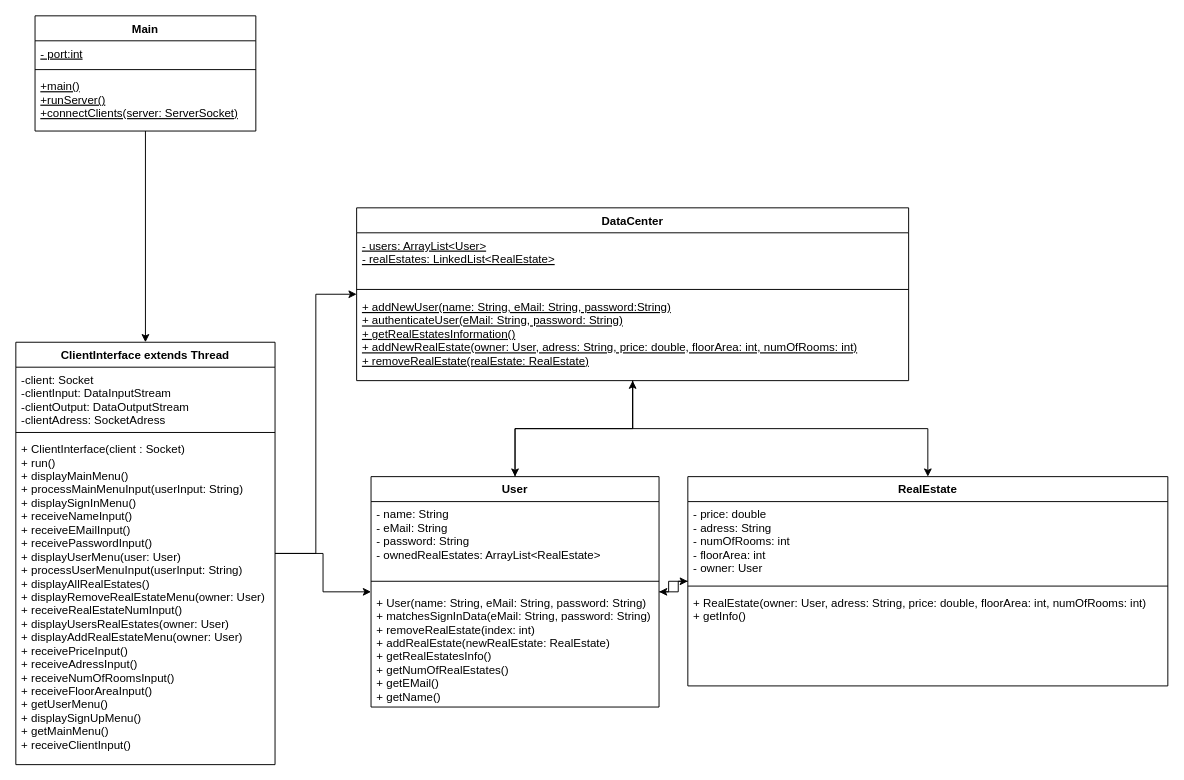
FabioKron/Online-Immobilienportal keeps this draw.io diagram as KlassendiagrammServer.drawio. Above is the earlier version. Source tidied: cells renumbered, new cells numbered last; positions are measured from the earlier drawing's top-left corner, leaving out a move shared by most shapes. Both pictures are drawn from the tidied source at 96%, with x=0, y=0 at pixel (15, 15).
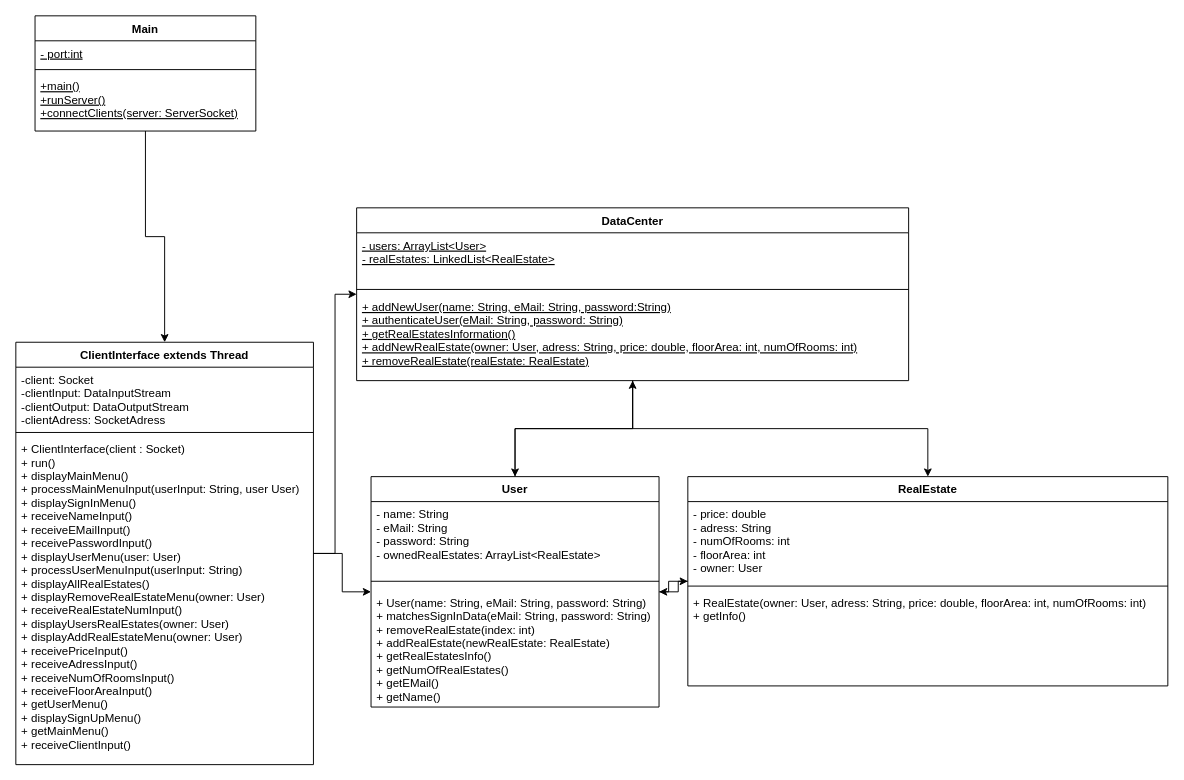
The same page after the edit.

Commit message (it also covers changes not shown here):
Hinzufügen eines fehlenden Parameters in dem Klassendiagramm In der Methode processUserMainMenuInput fehlt der Parameter user Dieser user wird jedoch in der Methode benötigt

What changed in the source:
```diff
@@
     <mxCell id="9" value="ClientInterface extends Thread" style="swimlane;fontStyle=1;align=center;verticalAlign=top;horizontal=1;startSize=26;" parent="1" vertex="1">
-      <mxGeometry y="340" width="270" height="440" as="geometry" />
+      <mxGeometry y="340" width="310" height="440" as="geometry" />
     </mxCell>
     <mxCell id="10" value="-client: Socket&#10;-clientInput: DataInputStream&#10;-clientOutput: DataOutputStream&#10;-clientAdress: SocketAdress&#10;" style="text;strokeColor=none;fillColor=none;align=left;verticalAlign=top;spacingLeft=4;spacingRight=4;overflow=hidden;" parent="9" vertex="1">
-      <mxGeometry y="26" width="270" height="64" as="geometry" />
+      <mxGeometry y="26" width="310" height="64" as="geometry" />
     </mxCell>
     <mxCell id="11" style="line;strokeWidth=1;fillColor=none;align=left;verticalAlign=middle;spacingTop=-1;spacingLeft=3;spacingRight=3;labelPosition=right;" parent="9" vertex="1">
-      <mxGeometry y="90" width="270" height="8" as="geometry" />
+      <mxGeometry y="90" width="310" height="8" as="geometry" />
     </mxCell>
-    <mxCell id="12" value="+ ClientInterface(client : Socket)&#10;+ run()&#10;+ displayMainMenu()&#10;+ processMainMenuInput(userInput: String)&#10;+ displaySignInMenu()&#10;+ receiveNameInput()&#10;+ receiveEMailInput()&#10;+ receivePasswordInput()&#10;+ displayUserMenu(user: User)&#10;+ processUserMenuInput(userInput: String)&#10;+ displayAllRealEstates()&#10;+ displayRemoveRealEstateMenu(owner: User)&#10;+ receiveRealEstateNumInput()&#10;+ displayUsersRealEstates(owner: User)&#10;+ displayAddRealEstateMenu(owner: User)&#10;+ receivePriceInput()&#10;+ receiveAdressInput()&#10;+ receiveNumOfRoomsInput()&#10;+ receiveFloorAreaInput()&#10;+ getUserMenu()&#10;+ displaySignUpMenu()&#10;+ getMainMenu()&#10;+ receiveClientInput()&#10;" style="text;strokeColor=none;fillColor=none;align=left;verticalAlign=top;spacingLeft=4;spacingRight=4;overflow=hidden;" parent="9" vertex="1">
-      <mxGeometry y="98" width="270" height="342" as="geometry" />
+    <mxCell id="12" value="+ ClientInterface(client : Socket)&#10;+ run()&#10;+ displayMainMenu()&#10;+ processMainMenuInput(userInput: String, user User)&#10;+ displaySignInMenu()&#10;+ receiveNameInput()&#10;+ receiveEMailInput()&#10;+ receivePasswordInput()&#10;+ displayUserMenu(user: User)&#10;+ processUserMenuInput(userInput: String)&#10;+ displayAllRealEstates()&#10;+ displayRemoveRealEstateMenu(owner: User)&#10;+ receiveRealEstateNumInput()&#10;+ displayUsersRealEstates(owner: User)&#10;+ displayAddRealEstateMenu(owner: User)&#10;+ receivePriceInput()&#10;+ receiveAdressInput()&#10;+ receiveNumOfRoomsInput()&#10;+ receiveFloorAreaInput()&#10;+ getUserMenu()&#10;+ displaySignUpMenu()&#10;+ getMainMenu()&#10;+ receiveClientInput()&#10;" style="text;strokeColor=none;fillColor=none;align=left;verticalAlign=top;spacingLeft=4;spacingRight=4;overflow=hidden;" parent="9" vertex="1">
+      <mxGeometry y="98" width="310" height="342" as="geometry" />
     </mxCell>
```
